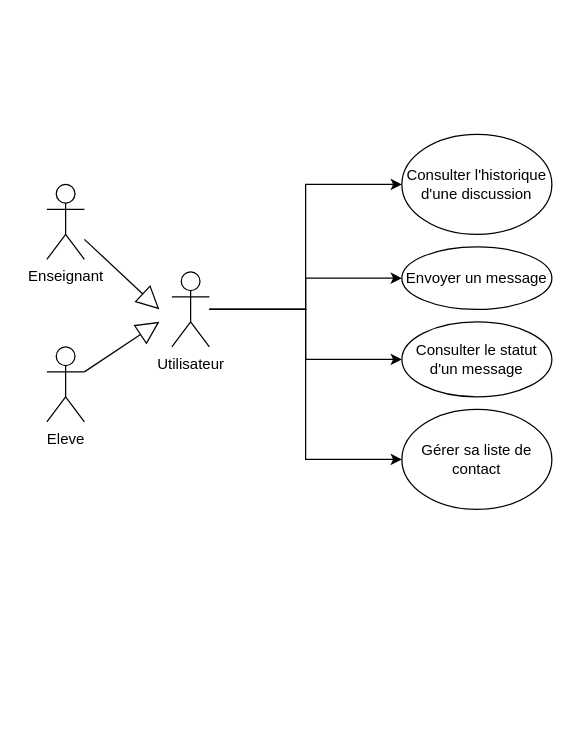
This is page "Conversation" (4 of 5) of Cas_d_utilisation.drawio from Willy-tec/WastiauxWilliam_10_19062021, a draw.io file, before an edit. Source tidied: cells renumbered, new cells numbered last; positions are measured from the earlier drawing's top-left corner, leaving out a move shared by most shapes. Both pictures are drawn from the tidied source at 125%, with x=0, y=0 at pixel (46, 134).
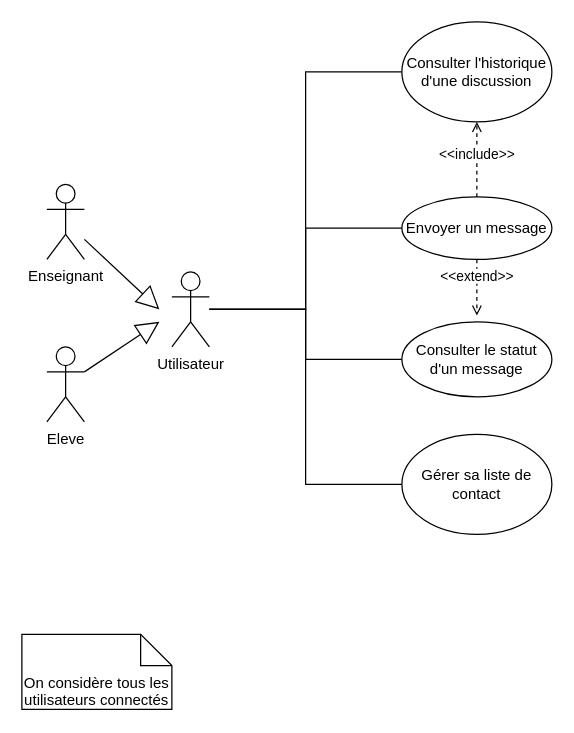
The same diagram, later.

Change to the diagram source:
```diff
@@
 <mxGraphModel>
   <root>
     <mxCell id="0" />
     <mxCell id="1" parent="0" />
     <mxCell id="2" value="Envoyer un message" style="ellipse;whiteSpace=wrap;html=1;" parent="1" vertex="1">
-      <mxGeometry x="284" y="90" width="120" height="50" as="geometry" />
+      <mxGeometry x="284" y="50" width="120" height="50" as="geometry" />
     </mxCell>
     <mxCell id="3" value="Consulter le statut d'un message" style="ellipse;whiteSpace=wrap;html=1;" parent="1" vertex="1">
       <mxGeometry x="284" y="150" width="120" height="60" as="geometry" />
     </mxCell>
     <mxCell id="4" value="Consulter l'historique d'une discussion" style="ellipse;whiteSpace=wrap;html=1;" parent="1" vertex="1">
-      <mxGeometry x="284" width="120" height="80" as="geometry" />
+      <mxGeometry x="284" y="-90" width="120" height="80" as="geometry" />
     </mxCell>
     <mxCell id="5" value="Gérer sa liste de contact" style="ellipse;whiteSpace=wrap;html=1;" parent="1" vertex="1">
-      <mxGeometry x="284" y="220" width="120" height="80" as="geometry" />
+      <mxGeometry x="284" y="240" width="120" height="80" as="geometry" />
     </mxCell>
-    <mxCell id="6" style="edgeStyle=orthogonalEdgeStyle;rounded=0;jumpSize=6;jettySize=auto;html=1;entryX=0;entryY=0.5;entryDx=0;entryDy=0;shadow=0;" parent="1" edge="1" source="10" target="2">
+    <mxCell id="6" style="edgeStyle=orthogonalEdgeStyle;rounded=0;jumpSize=6;jettySize=auto;html=1;entryX=0;entryY=0.5;entryDx=0;entryDy=0;shadow=0;endArrow=none;endFill=0;" parent="1" edge="1" source="10" target="2">
       <mxGeometry relative="1" as="geometry" />
     </mxCell>
-    <mxCell id="7" style="edgeStyle=orthogonalEdgeStyle;rounded=0;jumpSize=6;jettySize=auto;html=1;entryX=0;entryY=0.5;entryDx=0;entryDy=0;shadow=0;" parent="1" edge="1" source="10" target="3">
+    <mxCell id="7" style="edgeStyle=orthogonalEdgeStyle;rounded=0;jumpSize=6;jettySize=auto;html=1;entryX=0;entryY=0.5;entryDx=0;entryDy=0;shadow=0;endArrow=none;endFill=0;" parent="1" edge="1" source="10" target="3">
       <mxGeometry relative="1" as="geometry" />
     </mxCell>
-    <mxCell id="8" style="edgeStyle=orthogonalEdgeStyle;rounded=0;jumpSize=6;jettySize=auto;html=1;entryX=0;entryY=0.5;entryDx=0;entryDy=0;shadow=0;" parent="1" edge="1" source="10" target="4">
+    <mxCell id="8" style="edgeStyle=orthogonalEdgeStyle;rounded=0;jumpSize=6;jettySize=auto;html=1;entryX=0;entryY=0.5;entryDx=0;entryDy=0;shadow=0;endArrow=none;endFill=0;" parent="1" edge="1" source="10" target="4">
       <mxGeometry relative="1" as="geometry" />
     </mxCell>
-    <mxCell id="9" style="edgeStyle=orthogonalEdgeStyle;rounded=0;jumpSize=6;jettySize=auto;html=1;entryX=0;entryY=0.5;entryDx=0;entryDy=0;shadow=0;" parent="1" edge="1" source="10" target="5">
+    <mxCell id="9" style="edgeStyle=orthogonalEdgeStyle;rounded=0;jumpSize=6;jettySize=auto;html=1;entryX=0;entryY=0.5;entryDx=0;entryDy=0;shadow=0;endArrow=none;endFill=0;" parent="1" edge="1" source="10" target="5">
       <mxGeometry relative="1" as="geometry" />
     </mxCell>
     <mxCell id="10" value="Utilisateur" style="shape=umlActor;verticalLabelPosition=bottom;verticalAlign=top;html=1;outlineConnect=0;" parent="1" vertex="1">
       <mxGeometry x="100" y="110" width="30" height="60" as="geometry" />
     </mxCell>
     <mxCell id="11" value="Enseignant" style="shape=umlActor;verticalLabelPosition=bottom;verticalAlign=top;html=1;outlineConnect=0;" parent="1" vertex="1">
       <mxGeometry y="40" width="30" height="60" as="geometry" />
     </mxCell>
     <mxCell id="12" value="Eleve" style="shape=umlActor;verticalLabelPosition=bottom;verticalAlign=top;html=1;outlineConnect=0;" parent="1" vertex="1">
       <mxGeometry y="170" width="30" height="60" as="geometry" />
     </mxCell>
     <mxCell id="13" style="endArrow=block;endSize=16;endFill=0;html=1;shadow=0;" parent="1" edge="1" source="11">
       <mxGeometry relative="1" as="geometry">
         <mxPoint x="90" y="140" as="targetPoint" />
       </mxGeometry>
     </mxCell>
     <mxCell id="14" style="endArrow=block;endSize=16;endFill=0;html=1;shadow=0;" parent="1" edge="1" source="12">
       <mxGeometry relative="1" as="geometry">
         <mxPoint x="90" y="150" as="targetPoint" />
       </mxGeometry>
     </mxCell>
+    <mxCell id="15" value="&lt;span style=&quot;background-color: rgb(255 , 255 , 255)&quot;&gt;&amp;lt;&amp;lt;include&amp;gt;&amp;gt;&lt;/span&gt;" style="html=1;verticalAlign=bottom;labelBackgroundColor=none;endArrow=open;endFill=0;dashed=1;exitX=0.5;exitY=0;exitDx=0;exitDy=0;entryX=0.5;entryY=1;entryDx=0;entryDy=0;strokeColor=#000000;" parent="1" edge="1" source="2" target="4">
+      <mxGeometry x="-0.18" relative="1" as="geometry" />
+    </mxCell>
+    <mxCell id="16" value="&lt;span style=&quot;background-color: rgb(255 , 255 , 255)&quot;&gt;&amp;lt;&amp;lt;extend&amp;gt;&amp;gt;&lt;/span&gt;" style="html=1;verticalAlign=bottom;labelBackgroundColor=none;endArrow=open;endFill=0;dashed=1;exitX=0.5;exitY=1;exitDx=0;exitDy=0;jumpSize=6;shadow=0;strokeColor=#000000;" parent="1" edge="1" source="2">
+      <mxGeometry relative="1" as="geometry">
+        <mxPoint x="344" y="145" as="targetPoint" />
+      </mxGeometry>
+    </mxCell>
+    <mxCell id="17" value="On considère tous les utilisateurs connectés" style="shape=note2;boundedLbl=1;whiteSpace=wrap;html=1;size=25;verticalAlign=top;align=center;" parent="1" vertex="1">
+      <mxGeometry x="-20" y="400" width="120" height="60" as="geometry" />
+    </mxCell>
   </root>
 </mxGraphModel>
```
